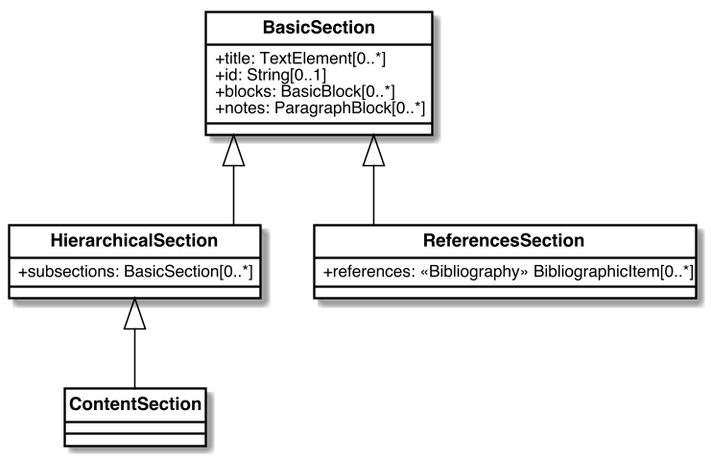
The PlantUML diagram images/Sections.png in metanorma/basicdoc-models, before a commit. Source of this version:
```plantuml
@startuml Sections


skinparam Dpi 150
skinparam Monochrome false
skinparam LineType ortho
hide circle
skinparam Default {
  TextAlignment center
  FontName Helvetica
}
skinparam Class {
  AttributeIconSize 0
  BackgroundColor White
  ArrowColor Black
  BorderColor Black
  FontStyle bold
  StereotypeFontSize 10
}
skinparam Rectangle {
  BackgroundColor White
  ArrowColor Black
  BorderColor Black
  FontStyle bold
  FontSize 11
  StereotypeFontSize 10
}
skinparam Object {
  BackgroundColor White
  ArrowColor Black
  BorderColor Black
  FontStyle bold
  FontSize 11
  StereotypeFontSize 10
}

skinparam Entity {
  StereotypeFontSize 10
}



class BasicSection {
    +title: TextElement[0..*]
    +id: String[0..1]
    +blocks: BasicBlock[0..*]
    +notes: ParagraphBlock[0..*]
}

class HierarchicalSection{
    +subsections: BasicSection[0..*]
}

class ContentSection{

}

class ReferencesSection{
    +references: <<Bibliography>> BibliographicItem[0..*]
}


BasicSection <|-- HierarchicalSection
HierarchicalSection <|-- ContentSection
BasicSection <|-- ReferencesSection

@enduml
```
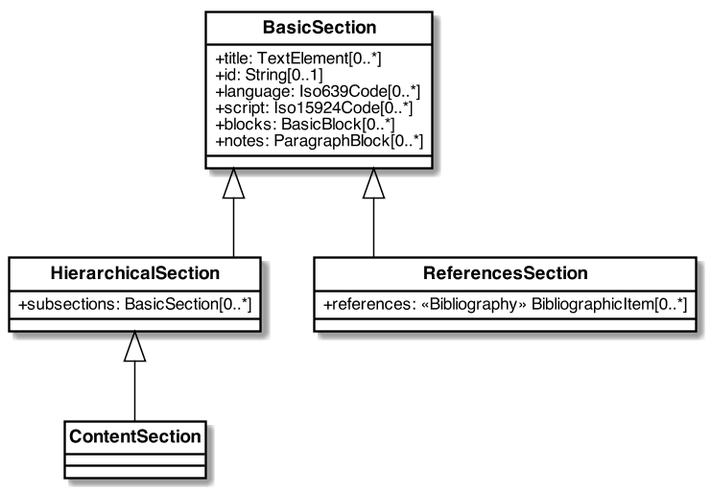
After the change.

Commit message:
language, script on clauses; https://github.com/metanorma/metanorma-standoc/issues/28

The edit, as a diff of the source:
```diff
@@ -43,6 +43,8 @@
 class BasicSection {
     +title: TextElement[0..*]
     +id: String[0..1]
+    +language: Iso639Code[0..*]
+    +script: Iso15924Code[0..*]
     +blocks: BasicBlock[0..*]
     +notes: ParagraphBlock[0..*]
 }
```
